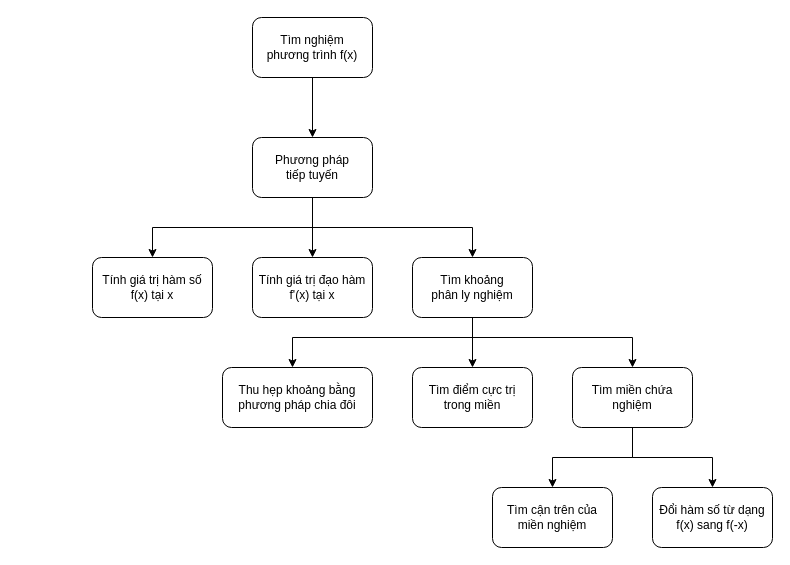
Before: Báo cáo/find_root.drawio in anviettrung/HUST-Adv-Programming-2020.2, a draw.io diagram. Source tidied: cells renumbered, new cells numbered last; positions are measured from the earlier drawing's top-left corner, leaving out a move shared by most shapes. Both pictures are drawn from the tidied source at 100%, with x=0, y=0 at pixel (92, 17).
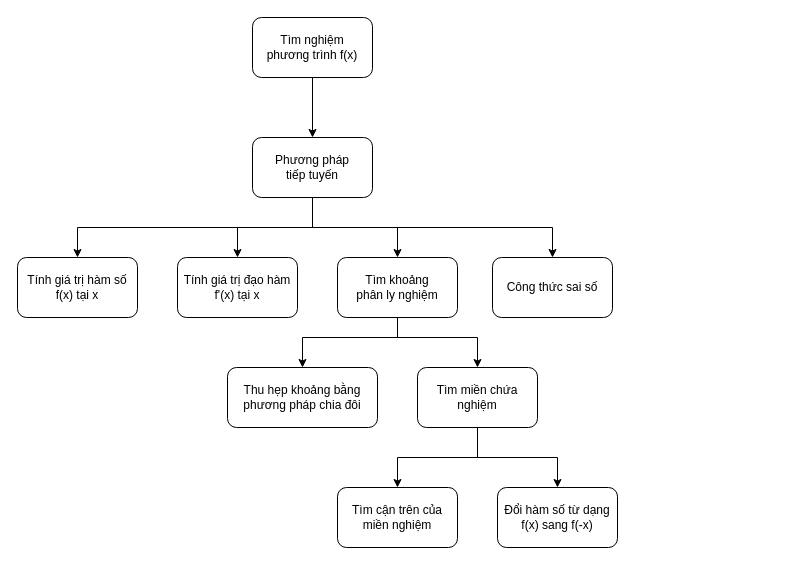
After the change.

The change refers to these unchanged cells:
```xml
<mxCell id="7" value="Phương pháp &lt;br&gt;tiếp tuyến" style="whiteSpace=wrap;html=1;rounded=1;" parent="1" vertex="1">
  <mxGeometry x="160" y="120" width="120" height="60" as="geometry" />
</mxCell>
```

Change to the diagram source:
```diff
@@
-    <mxCell id="4" style="edgeStyle=orthogonalEdgeStyle;rounded=0;jettySize=auto;html=1;exitX=0.5;exitY=1;exitDx=0;exitDy=0;" parent="1" edge="1" source="7" target="11">
+    <mxCell id="4" style="edgeStyle=orthogonalEdgeStyle;rounded=0;jettySize=auto;html=1;" parent="1" edge="1" target="11">
       <mxGeometry relative="1" as="geometry">
+        <mxPoint x="220" y="210" as="sourcePoint" />
         <Array as="points">
-          <mxPoint x="220" y="210" />
-          <mxPoint x="380" y="210" />
+          <mxPoint x="145" y="210" />
+          <mxPoint x="305" y="210" />
         </Array>
       </mxGeometry>
     </mxCell>
     <mxCell id="5" style="edgeStyle=orthogonalEdgeStyle;rounded=0;jettySize=auto;html=1;" parent="1" edge="1" target="16">
       <mxGeometry relative="1" as="geometry">
-        <mxPoint x="220" y="210" as="sourcePoint" />
+        <mxPoint x="145" y="210" as="sourcePoint" />
         <Array as="points">
-          <mxPoint x="60" y="210" />
+          <mxPoint x="-15" y="210" />
         </Array>
       </mxGeometry>
     </mxCell>
     <mxCell id="6" style="edgeStyle=orthogonalEdgeStyle;rounded=0;jettySize=auto;html=1;exitX=0.5;exitY=1;exitDx=0;exitDy=0;" parent="1" edge="1" source="7" target="17">
-      <mxGeometry relative="1" as="geometry" />
+      <mxGeometry relative="1" as="geometry">
+        <Array as="points">
+          <mxPoint x="220" y="210" />
+          <mxPoint x="145" y="210" />
+        </Array>
+      </mxGeometry>
     </mxCell>
+    <mxCell id="21" style="edgeStyle=orthogonalEdgeStyle;rounded=0;jettySize=auto;html=1;" parent="1" edge="1" source="7" target="22">
+      <mxGeometry relative="1" as="geometry">
+        <Array as="points">
+          <mxPoint x="220" y="210" />
+          <mxPoint x="460" y="210" />
+        </Array>
+      </mxGeometry>
+    </mxCell>
@@
-    <mxCell id="8" style="edgeStyle=orthogonalEdgeStyle;rounded=0;jettySize=auto;html=1;exitX=0.5;exitY=1;exitDx=0;exitDy=0;" parent="1" edge="1" source="11" target="14">
+    <mxCell id="8" style="edgeStyle=orthogonalEdgeStyle;rounded=0;jettySize=auto;html=1;" parent="1" edge="1" target="14">
       <mxGeometry relative="1" as="geometry">
+        <mxPoint x="305" y="300" as="sourcePoint" />
         <Array as="points">
-          <mxPoint x="380" y="300" />
-          <mxPoint x="380" y="320" />
-          <mxPoint x="540" y="320" />
+          <mxPoint x="305" y="300" />
+          <mxPoint x="305" y="320" />
+          <mxPoint x="385" y="320" />
         </Array>
       </mxGeometry>
     </mxCell>
-    <mxCell id="9" style="edgeStyle=orthogonalEdgeStyle;rounded=0;jettySize=auto;html=1;exitX=0.5;exitY=1;exitDx=0;exitDy=0;" parent="1" edge="1" source="11" target="15">
-      <mxGeometry relative="1" as="geometry" />
-    </mxCell>
     <mxCell id="10" style="edgeStyle=orthogonalEdgeStyle;rounded=0;jettySize=auto;html=1;exitX=0.5;exitY=1;exitDx=0;exitDy=0;" parent="1" edge="1" source="11" target="20">
       <mxGeometry relative="1" as="geometry">
         <Array as="points">
-          <mxPoint x="380" y="320" />
-          <mxPoint x="200" y="320" />
+          <mxPoint x="305" y="320" />
+          <mxPoint x="210" y="320" />
         </Array>
       </mxGeometry>
     </mxCell>
     <mxCell id="11" value="Tìm khoảng &lt;br&gt;phân ly nghiệm" style="whiteSpace=wrap;html=1;rounded=1;" parent="1" vertex="1">
-      <mxGeometry x="320" y="240" width="120" height="60" as="geometry" />
+      <mxGeometry x="245" y="240" width="120" height="60" as="geometry" />
     </mxCell>
@@
     <mxCell id="14" value="Tìm miền chứa nghiệm" style="whiteSpace=wrap;html=1;rounded=1;" parent="1" vertex="1">
-      <mxGeometry x="480" y="350" width="120" height="60" as="geometry" />
+      <mxGeometry x="325" y="350" width="120" height="60" as="geometry" />
     </mxCell>
-    <mxCell id="15" value="Tìm điểm cực trị &lt;br&gt;trong miền" style="whiteSpace=wrap;html=1;rounded=1;imageWidth=12;" parent="1" vertex="1">
-      <mxGeometry x="320" y="350" width="120" height="60" as="geometry" />
-    </mxCell>
     <mxCell id="16" value="Tính giá trị hàm số f(x) tại x" style="rounded=1;whiteSpace=wrap;html=1;" parent="1" vertex="1">
-      <mxGeometry y="240" width="120" height="60" as="geometry" />
+      <mxGeometry x="-75" y="240" width="120" height="60" as="geometry" />
     </mxCell>
     <mxCell id="17" value="Tính giá trị đạo hàm f'(x) tại x" style="rounded=1;whiteSpace=wrap;html=1;" parent="1" vertex="1">
-      <mxGeometry x="160" y="240" width="120" height="60" as="geometry" />
+      <mxGeometry x="85" y="240" width="120" height="60" as="geometry" />
     </mxCell>
     <mxCell id="18" value="Tìm cận trên của miền nghiệm" style="rounded=1;whiteSpace=wrap;html=1;" parent="1" vertex="1">
-      <mxGeometry x="400" y="470" width="120" height="60" as="geometry" />
+      <mxGeometry x="245" y="470" width="120" height="60" as="geometry" />
     </mxCell>
     <mxCell id="19" value="Đổi hàm số từ dạng f(x) sang f(-x)" style="rounded=1;whiteSpace=wrap;html=1;" parent="1" vertex="1">
-      <mxGeometry x="560" y="470" width="120" height="60" as="geometry" />
+      <mxGeometry x="405" y="470" width="120" height="60" as="geometry" />
     </mxCell>
     <mxCell id="20" value="Thu hẹp khoảng bằng phương pháp chia đôi" style="rounded=1;whiteSpace=wrap;html=1;" parent="1" vertex="1">
-      <mxGeometry x="130" y="350" width="150" height="60" as="geometry" />
+      <mxGeometry x="135" y="350" width="150" height="60" as="geometry" />
     </mxCell>
+    <mxCell id="22" value="Công thức sai số" style="rounded=1;whiteSpace=wrap;html=1;" parent="1" vertex="1">
+      <mxGeometry x="400" y="240" width="120" height="60" as="geometry" />
+    </mxCell>
```
